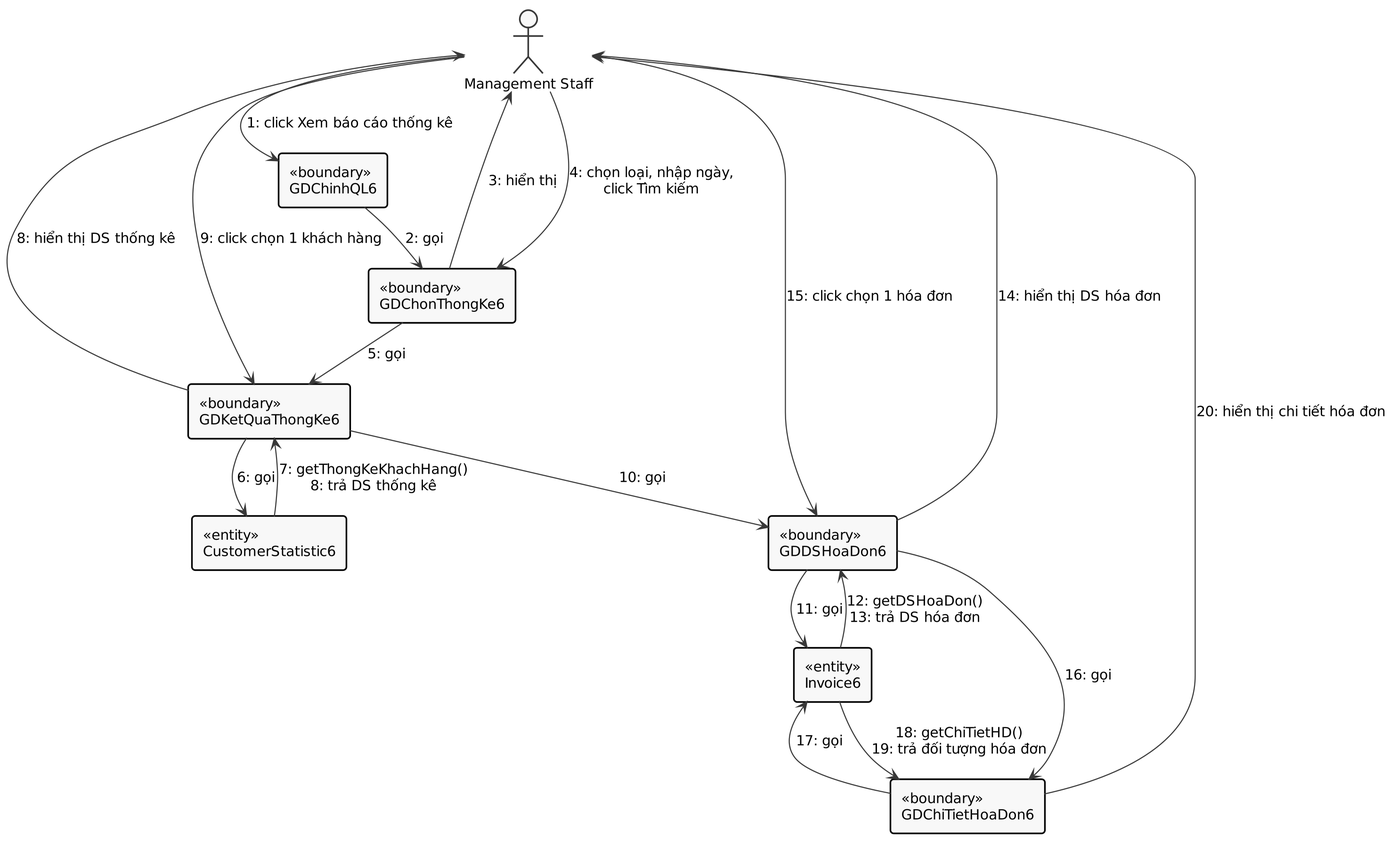
The PlantUML diagram docs/uml/10_GiaoTiep_Module2.png in IvorDang/Garage_Management_6, before a commit. Its source is kept beside it as docs/uml/10_GiaoTiep_Module2.puml.
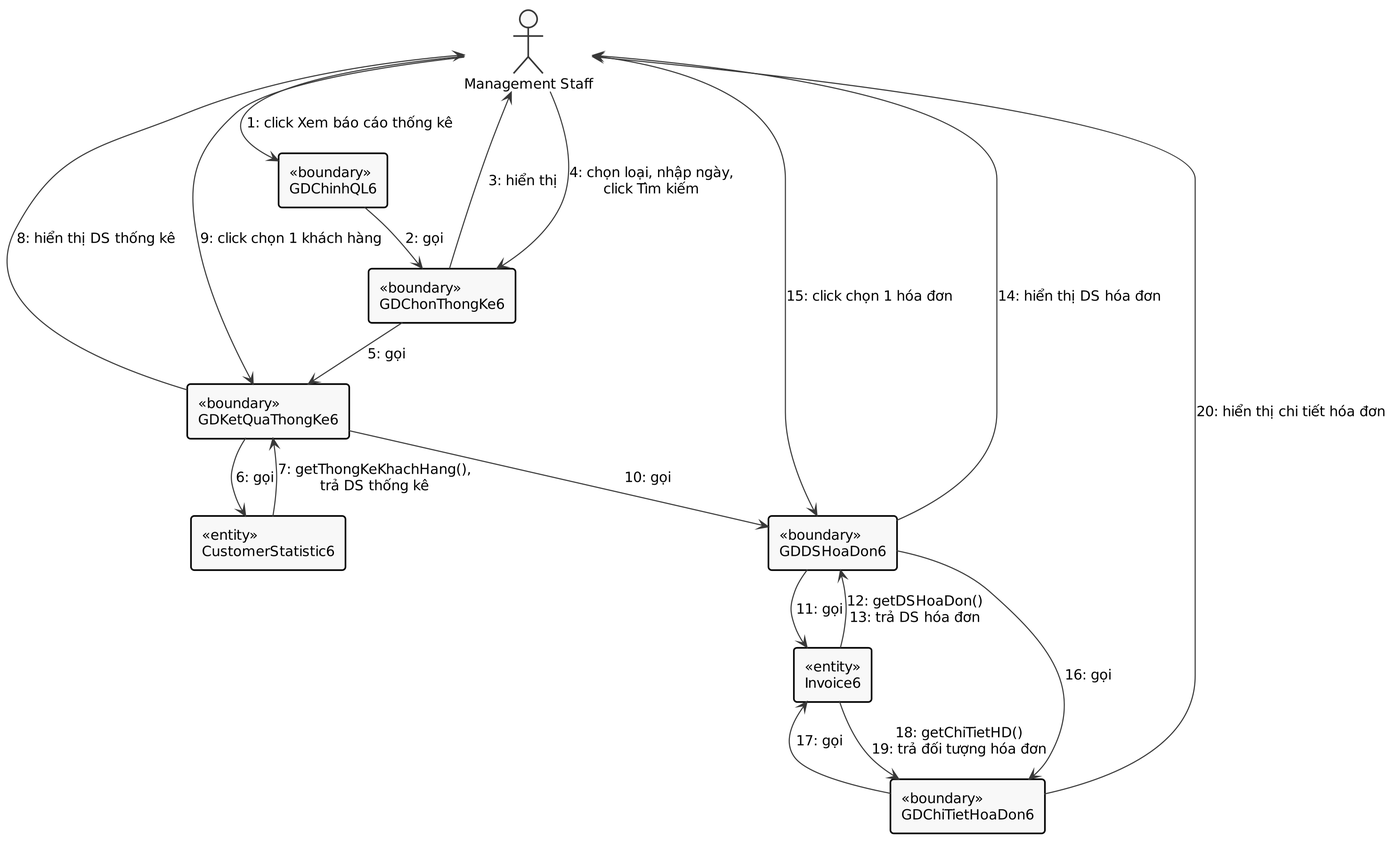
After the commit.

Change to the diagram source:
```diff
@@ -17,7 +17,7 @@
 QL --> B : 4: chọn loại, nhập ngày,\nclick Tìm kiếm
 B --> C : 5: gọi
 C --> CS : 6: gọi
-CS --> C : 7: getThongKeKhachHang()\n8: trả DS thống kê
+CS --> C : 7: getThongKeKhachHang(),\ntrả DS thống kê
 C --> QL : 8: hiển thị DS thống kê
 QL --> C : 9: click chọn 1 khách hàng
 C --> D : 10: gọi
```
